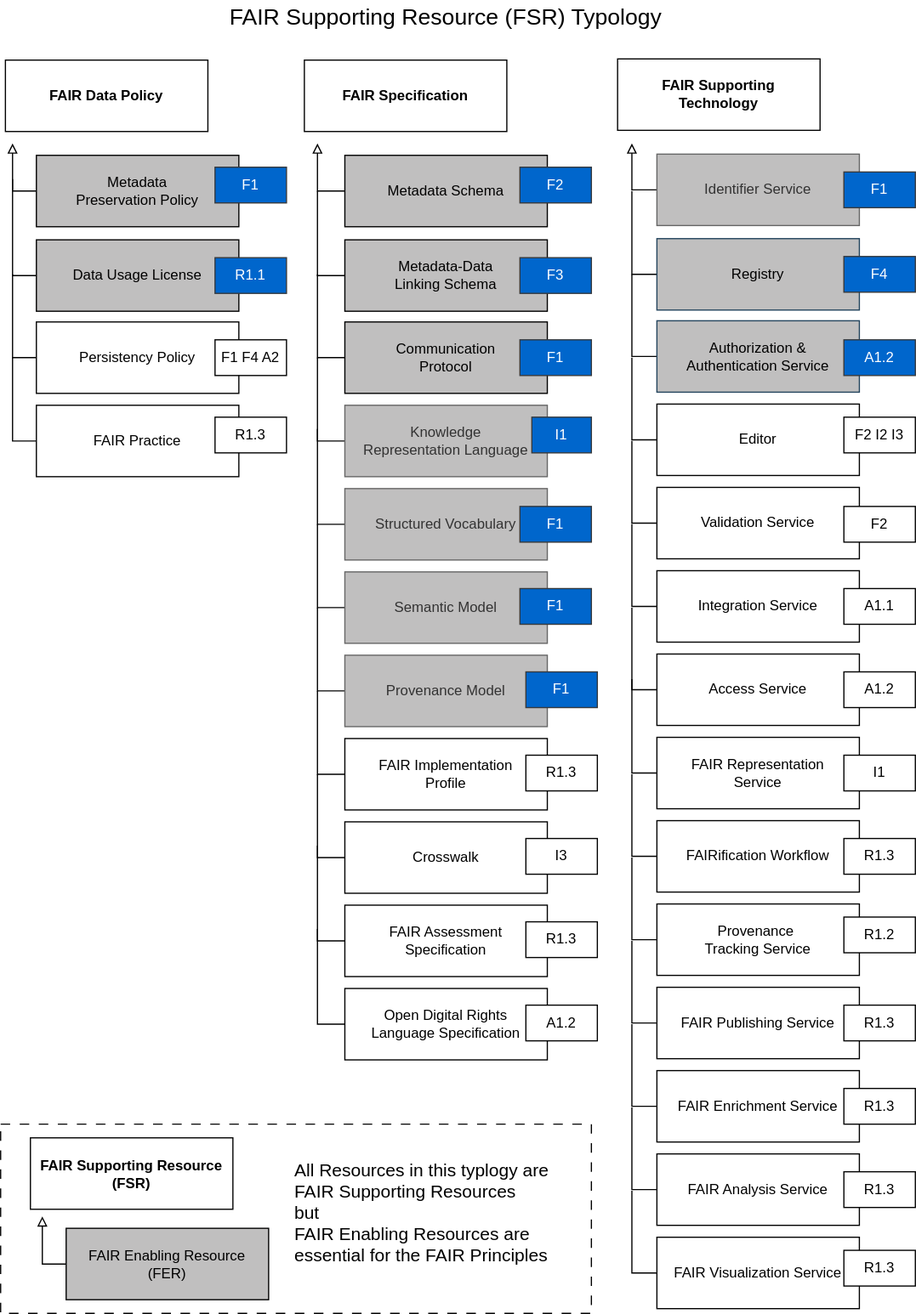
Before: doc-x/fip/sections/fsr-typology-diagram.svg, a diagram exported from draw.io (peta-pico/FAIR-nanopubs). Source tidied: cells renumbered, new cells last; positions are measured from the earlier drawing's top-left corner, leaving out a move shared by most shapes.
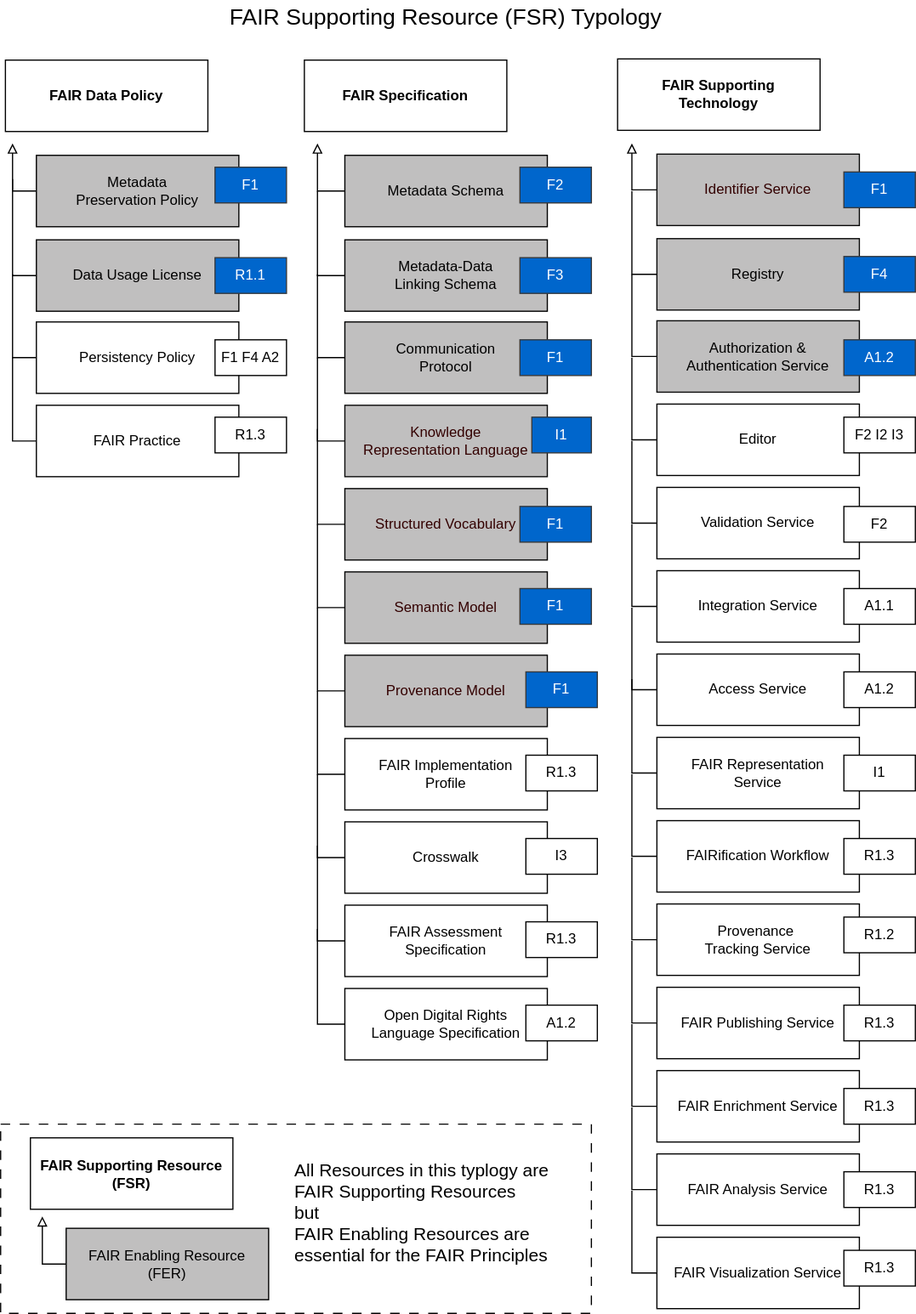
After the commit.

What changed in the source:
```diff
@@ -19,7 +19,7 @@
         <mxPoint x="530" y="120" as="targetPoint" />
       </mxGeometry>
     </mxCell>
-    <mxCell id="7" value="Identifier Service" style="rounded=0;whiteSpace=wrap;html=1;fillColor=light-dark(#c0bfbf, #39454e);strokeColor=#666666;fontColor=#333333;" parent="1" vertex="1">
+    <mxCell id="7" value="Identifier Service" style="rounded=0;whiteSpace=wrap;html=1;fillColor=light-dark(#c0bfbf, #39454e);strokeColor=light-dark(#080808, #959595);fontColor=#330000;" parent="1" vertex="1">
       <mxGeometry x="551" y="129" width="170" height="60" as="geometry" />
     </mxCell>
     <mxCell id="8" style="edgeStyle=orthogonalEdgeStyle;rounded=0;orthogonalLoop=1;jettySize=auto;html=1;exitX=0.5;exitY=1;exitDx=0;exitDy=0;" parent="1" edge="1" source="3" target="3">
@@ -30,7 +30,7 @@
         <mxPoint x="530" y="160" as="targetPoint" />
       </mxGeometry>
     </mxCell>
-    <mxCell id="10" value="Registry" style="rounded=0;whiteSpace=wrap;html=1;fillColor=light-dark(#c0bfbf, #39454e);strokeColor=#23445d;" parent="1" vertex="1">
+    <mxCell id="10" value="Registry" style="rounded=0;whiteSpace=wrap;html=1;fillColor=light-dark(#c0bfbf, #39454e);strokeColor=light-dark(#080808, #a0bcd2);" parent="1" vertex="1">
       <mxGeometry x="551" y="200" width="170" height="60" as="geometry" />
     </mxCell>
     <mxCell id="11" style="edgeStyle=orthogonalEdgeStyle;rounded=0;jettySize=auto;html=1;exitX=0;exitY=0.5;exitDx=0;exitDy=0;endArrow=none;endFill=0;" parent="1" edge="1" source="12">
@@ -38,7 +38,7 @@
         <mxPoint x="530" y="230" as="targetPoint" />
       </mxGeometry>
     </mxCell>
-    <mxCell id="12" value="Authorization &amp;amp; &lt;br&gt;Authentication Service" style="rounded=0;whiteSpace=wrap;html=1;fillColor=light-dark(#c0bfbf, #39454e);strokeColor=#23445d;" parent="1" vertex="1">
+    <mxCell id="12" value="Authorization &amp;amp; &lt;br&gt;Authentication Service" style="rounded=0;whiteSpace=wrap;html=1;fillColor=light-dark(#c0bfbf, #39454e);strokeColor=light-dark(#0a0a0a, #a0bcd2);" parent="1" vertex="1">
       <mxGeometry x="551" y="269" width="170" height="60" as="geometry" />
     </mxCell>
     <mxCell id="13" style="edgeStyle=orthogonalEdgeStyle;rounded=0;jettySize=auto;html=1;endArrow=none;endFill=0;" parent="1" edge="1" source="14">
@@ -142,7 +142,7 @@
         <mxPoint x="266" y="300" as="targetPoint" />
       </mxGeometry>
     </mxCell>
-    <mxCell id="38" value="Knowledge &lt;br&gt;Representation Language" style="rounded=0;whiteSpace=wrap;html=1;fillColor=light-dark(#c0bfbf, #39454e);strokeColor=#666666;fontColor=#333333;" parent="1" vertex="1">
+    <mxCell id="38" value="Knowledge &lt;br&gt;Representation Language" style="rounded=0;whiteSpace=wrap;html=1;fillColor=light-dark(#c0bfbf, #39454e);strokeColor=light-dark(#0a0a0a, #959595);fontColor=light-dark(#330000,#C1C1C1);" parent="1" vertex="1">
       <mxGeometry x="289" y="340" width="170" height="60" as="geometry" />
     </mxCell>
     <mxCell id="39" style="edgeStyle=orthogonalEdgeStyle;rounded=0;jettySize=auto;html=1;exitX=0;exitY=0.5;exitDx=0;exitDy=0;endArrow=none;endFill=0;" parent="1" edge="1" source="40">
@@ -150,7 +150,7 @@
         <mxPoint x="266" y="360" as="targetPoint" />
       </mxGeometry>
     </mxCell>
-    <mxCell id="40" value="Structured Vocabulary" style="rounded=0;whiteSpace=wrap;html=1;fillColor=light-dark(#c0bfbf, #39454e);strokeColor=#666666;fontColor=#333333;" parent="1" vertex="1">
+    <mxCell id="40" value="Structured Vocabulary" style="rounded=0;whiteSpace=wrap;html=1;fillColor=light-dark(#c0bfbf, #39454e);strokeColor=light-dark(#000000, #959595);fontColor=light-dark(#330000,#C1C1C1);" parent="1" vertex="1">
       <mxGeometry x="289" y="410" width="170" height="60" as="geometry" />
     </mxCell>
     <mxCell id="41" style="edgeStyle=orthogonalEdgeStyle;rounded=0;jettySize=auto;html=1;endArrow=none;endFill=0;" parent="1" edge="1" source="42">
@@ -158,7 +158,7 @@
         <mxPoint x="266" y="440" as="targetPoint" />
       </mxGeometry>
     </mxCell>
-    <mxCell id="42" value="Semantic Model" style="rounded=0;whiteSpace=wrap;html=1;fillColor=light-dark(#c0bfbf, #39454e);strokeColor=#666666;fontColor=#333333;" parent="1" vertex="1">
+    <mxCell id="42" value="Semantic Model" style="rounded=0;whiteSpace=wrap;html=1;fillColor=light-dark(#c0bfbf, #39454e);strokeColor=light-dark(#050505, #959595);fontColor=#330000;" parent="1" vertex="1">
       <mxGeometry x="289" y="480" width="170" height="60" as="geometry" />
     </mxCell>
     <mxCell id="43" style="edgeStyle=orthogonalEdgeStyle;rounded=0;jettySize=auto;html=1;endArrow=none;endFill=0;" parent="1" edge="1" source="44">
@@ -166,7 +166,7 @@
         <mxPoint x="266" y="510" as="targetPoint" />
       </mxGeometry>
     </mxCell>
-    <mxCell id="44" value="Provenance Model" style="rounded=0;whiteSpace=wrap;html=1;fillColor=light-dark(#c0bfbf, #39454e);strokeColor=#666666;fontColor=#333333;" parent="1" vertex="1">
+    <mxCell id="44" value="Provenance Model" style="rounded=0;whiteSpace=wrap;html=1;fillColor=light-dark(#c0bfbf, #39454e);strokeColor=light-dark(#050505, #959595);fontColor=#330000;" parent="1" vertex="1">
       <mxGeometry x="289" y="550" width="170" height="60" as="geometry" />
     </mxCell>
     <mxCell id="45" style="edgeStyle=orthogonalEdgeStyle;rounded=0;jettySize=auto;html=1;endArrow=none;endFill=0;" parent="1" edge="1" source="46">
```
